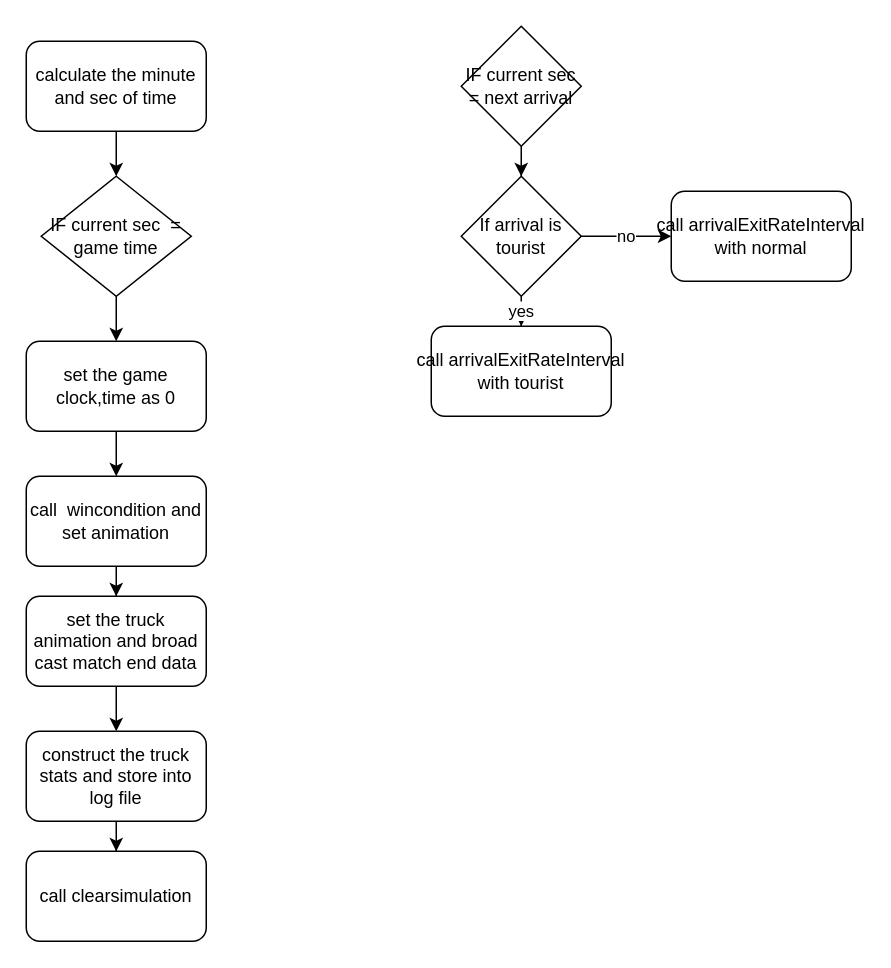
Above: GameRoom/gameClock.drawio in sivagit/diagrams (draw.io), before the change. Source tidied: cells renumbered, new cells numbered last; positions are measured from the earlier drawing's top-left corner, leaving out a move shared by most shapes. Both pictures are drawn from the tidied source at 150%, with x=0, y=0 at pixel (26, 26).
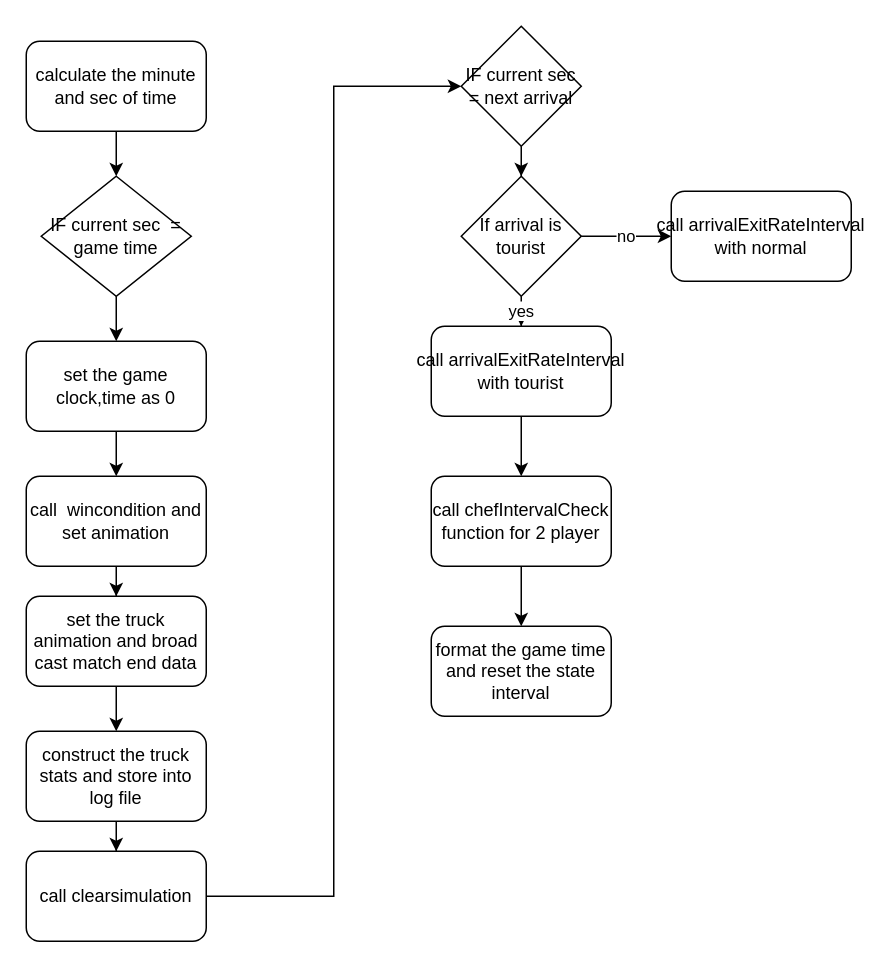
After the change.

The change refers to these unchanged cells:
```xml
<mxCell id="14" value="call clearsimulation" style="whiteSpace=wrap;html=1;rounded=1;" parent="1" vertex="1">
  <mxGeometry y="550" width="120" height="60" as="geometry" />
</mxCell>
<mxCell id="15" value="call&amp;nbsp;arrivalExitRateInterval with tourist" style="rounded=1;whiteSpace=wrap;html=1;" parent="1" vertex="1">
  <mxGeometry x="270" y="200" width="120" height="60" as="geometry" />
</mxCell>
<mxCell id="17" value="IF current sec = next arrival" style="rhombus;whiteSpace=wrap;html=1;" parent="1" vertex="1">
  <mxGeometry x="290" width="80" height="80" as="geometry" />
</mxCell>
```

What changed in the source:
```diff
@@
+    <mxCell id="22" style="edgeStyle=orthogonalEdgeStyle;rounded=0;jettySize=auto;html=1;entryX=0;entryY=0.5;entryDx=0;entryDy=0;" parent="1" edge="1" source="14" target="17">
+      <mxGeometry relative="1" as="geometry" />
+    </mxCell>
@@
+    <mxCell id="23" style="edgeStyle=orthogonalEdgeStyle;rounded=0;jettySize=auto;html=1;" parent="1" edge="1" source="15" target="25">
+      <mxGeometry relative="1" as="geometry" />
+    </mxCell>
@@
+    <mxCell id="24" style="edgeStyle=orthogonalEdgeStyle;rounded=0;jettySize=auto;html=1;" parent="1" edge="1" source="25" target="26">
+      <mxGeometry relative="1" as="geometry" />
+    </mxCell>
+    <mxCell id="25" value="call&amp;nbsp;chefIntervalCheck function for 2 player" style="rounded=1;whiteSpace=wrap;html=1;" parent="1" vertex="1">
+      <mxGeometry x="270" y="300" width="120" height="60" as="geometry" />
+    </mxCell>
+    <mxCell id="26" value="format the game time and reset the state interval" style="rounded=1;whiteSpace=wrap;html=1;" parent="1" vertex="1">
+      <mxGeometry x="270" y="400" width="120" height="60" as="geometry" />
+    </mxCell>
```
